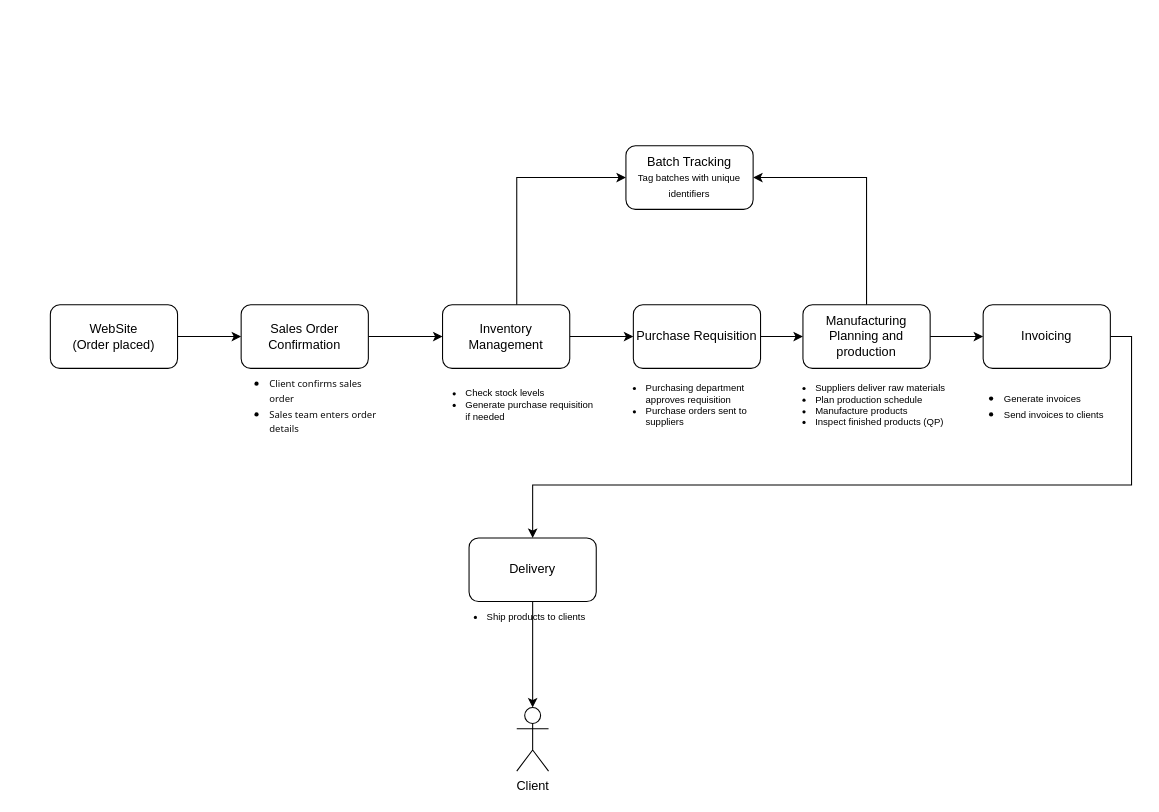
Jechu23/DE keeps this draw.io diagram as Untitled Diagram.drawio. Above is the earlier version. Source tidied: cells renumbered, new cells numbered last; positions are measured from the earlier drawing's top-left corner, leaving out a move shared by most shapes. Both pictures are drawn from the tidied source at 106%, with x=0, y=0 at pixel (50, 145).
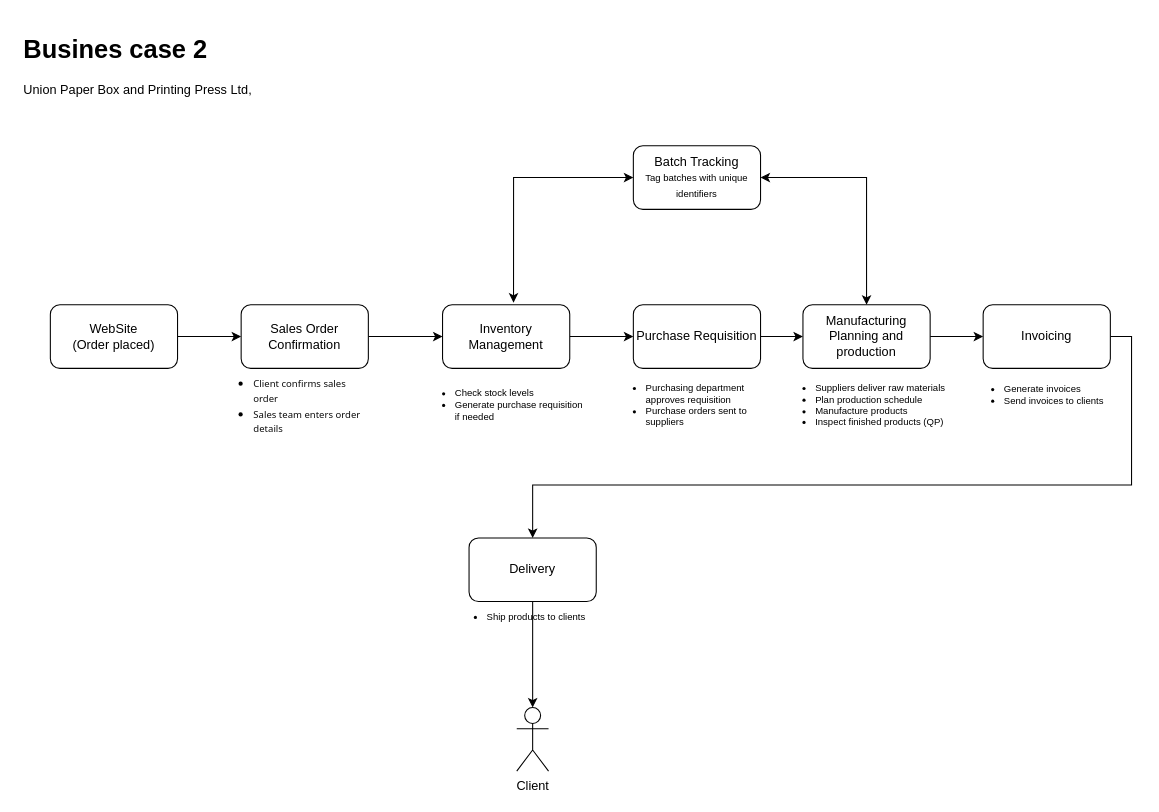
Above is the later version.

The change refers to these unchanged cells:
```xml
<mxCell id="9" value="Inventory Management" style="rounded=1;whiteSpace=wrap;html=1;" parent="1" vertex="1">
  <mxGeometry x="370" y="150" width="120" height="60" as="geometry" />
</mxCell>
<mxCell id="16" value="Manufacturing Planning and production" style="rounded=1;whiteSpace=wrap;html=1;" parent="1" vertex="1">
  <mxGeometry x="710" y="150" width="120" height="60" as="geometry" />
</mxCell>
```

Diff of the diagram source:
```diff
@@
     <mxCell id="6" value="&lt;ul&gt;&lt;li&gt;&lt;span style=&quot;background-color: rgb(255, 255, 255); color: rgb(13, 13, 13); font-family: Söhne, ui-sans-serif, system-ui, -apple-system, &amp;quot;Segoe UI&amp;quot;, Roboto, Ubuntu, Cantarell, &amp;quot;Noto Sans&amp;quot;, sans-serif, &amp;quot;Helvetica Neue&amp;quot;, Arial, &amp;quot;Apple Color Emoji&amp;quot;, &amp;quot;Segoe UI Emoji&amp;quot;, &amp;quot;Segoe UI Symbol&amp;quot;, &amp;quot;Noto Color Emoji&amp;quot;; font-size: 9px;&quot;&gt;Client confirms sales order&lt;/span&gt;&lt;/li&gt;&lt;li&gt;&lt;span style=&quot;background-color: rgb(255, 255, 255); color: rgb(13, 13, 13); font-family: Söhne, ui-sans-serif, system-ui, -apple-system, &amp;quot;Segoe UI&amp;quot;, Roboto, Ubuntu, Cantarell, &amp;quot;Noto Sans&amp;quot;, sans-serif, &amp;quot;Helvetica Neue&amp;quot;, Arial, &amp;quot;Apple Color Emoji&amp;quot;, &amp;quot;Segoe UI Emoji&amp;quot;, &amp;quot;Segoe UI Symbol&amp;quot;, &amp;quot;Noto Color Emoji&amp;quot;; font-size: 9px;&quot;&gt;Sales team enters order details&lt;/span&gt;&lt;/li&gt;&lt;/ul&gt;" style="text;html=1;strokeColor=none;fillColor=none;align=left;verticalAlign=middle;whiteSpace=wrap;rounded=0;" parent="1" vertex="1">
-      <mxGeometry x="165" y="220" width="150" height="50" as="geometry" />
+      <mxGeometry x="150" y="220" width="150" height="50" as="geometry" />
     </mxCell>
@@
-    <mxCell id="8" style="edgeStyle=orthogonalEdgeStyle;rounded=0;jettySize=auto;html=1;" parent="1" edge="1" source="9" target="25">
-      <mxGeometry relative="1" as="geometry">
-        <Array as="points">
-          <mxPoint x="440" y="30" />
-        </Array>
-      </mxGeometry>
-    </mxCell>
@@
     <mxCell id="10" value="&lt;ul style=&quot;font-size: 9px;&quot;&gt;&lt;li&gt;&lt;span style=&quot;background-color: initial;&quot;&gt;Check stock levels&lt;/span&gt;&lt;/li&gt;&lt;li&gt;&lt;span style=&quot;background-color: initial;&quot;&gt;Generate purchase requisition if needed&lt;/span&gt;&lt;/li&gt;&lt;/ul&gt;" style="text;html=1;strokeColor=none;fillColor=none;align=left;verticalAlign=middle;whiteSpace=wrap;rounded=0;" parent="1" vertex="1">
-      <mxGeometry x="350" y="220" width="165" height="50" as="geometry" />
+      <mxGeometry x="340" y="220" width="165" height="50" as="geometry" />
     </mxCell>
@@
-    <mxCell id="15" style="edgeStyle=orthogonalEdgeStyle;rounded=0;jettySize=auto;html=1;entryX=1;entryY=0.5;entryDx=0;entryDy=0;" parent="1" edge="1" source="16" target="25">
-      <mxGeometry relative="1" as="geometry">
-        <Array as="points">
-          <mxPoint x="770" y="30" />
-        </Array>
-      </mxGeometry>
-    </mxCell>
@@
-    <mxCell id="20" value="&lt;ul&gt;&lt;li&gt;&lt;span style=&quot;font-size: 9px; background-color: initial;&quot;&gt;Generate invoices&lt;/span&gt;&lt;/li&gt;&lt;li&gt;&lt;span style=&quot;font-size: 9px; background-color: initial;&quot;&gt;Send invoices to clients&lt;/span&gt;&lt;/li&gt;&lt;/ul&gt;" style="text;html=1;strokeColor=none;fillColor=none;align=left;verticalAlign=middle;whiteSpace=wrap;rounded=0;" parent="1" vertex="1">
-      <mxGeometry x="857.5" y="220" width="165" height="50" as="geometry" />
+    <mxCell id="20" value="&lt;ul style=&quot;font-size: 9px;&quot;&gt;&lt;li&gt;&lt;span style=&quot;background-color: initial;&quot;&gt;Generate invoices&lt;/span&gt;&lt;/li&gt;&lt;li&gt;&lt;span style=&quot;background-color: initial;&quot;&gt;Send invoices to clients&lt;/span&gt;&lt;/li&gt;&lt;/ul&gt;" style="text;html=1;strokeColor=none;fillColor=none;align=left;verticalAlign=middle;whiteSpace=wrap;rounded=0;" parent="1" vertex="1">
+      <mxGeometry x="857.5" y="210" width="165" height="50" as="geometry" />
     </mxCell>
@@
     <mxCell id="25" value="Batch Tracking&lt;br&gt;&lt;font style=&quot;font-size: 9px;&quot;&gt;Tag batches with unique identifiers&lt;/font&gt;" style="rounded=1;whiteSpace=wrap;html=1;" parent="1" vertex="1">
-      <mxGeometry x="543" width="120" height="60" as="geometry" />
+      <mxGeometry x="550" width="120" height="60" as="geometry" />
     </mxCell>
+    <mxCell id="26" style="endArrow=classic;startArrow=classic;html=1;rounded=0;exitX=0.558;exitY=-0.033;exitDx=0;exitDy=0;exitPerimeter=0;" parent="1" edge="1" source="9">
+      <mxGeometry relative="1" as="geometry">
+        <mxPoint x="550" y="30" as="targetPoint" />
+        <Array as="points">
+          <mxPoint x="437" y="30" />
+        </Array>
+      </mxGeometry>
+    </mxCell>
+    <mxCell id="15" style="endArrow=classic;startArrow=classic;html=1;rounded=0;entryX=1;entryY=0.5;entryDx=0;entryDy=0;exitX=0.5;exitY=0;exitDx=0;exitDy=0;" parent="1" edge="1" source="16" target="25">
+      <mxGeometry relative="1" as="geometry">
+        <Array as="points">
+          <mxPoint x="770" y="30" />
+        </Array>
+      </mxGeometry>
+    </mxCell>
+    <mxCell id="27" value="&lt;h1&gt;Busines case 2&lt;/h1&gt;&lt;div&gt;Union Paper Box and Printing Press Ltd,&lt;/div&gt;&lt;p&gt;&lt;br&gt;&lt;/p&gt;" style="text;html=1;strokeColor=none;fillColor=none;spacing=5;spacingTop=-20;whiteSpace=wrap;overflow=hidden;rounded=0;" parent="1" vertex="1">
+      <mxGeometry x="-30" y="-110" width="250" height="120" as="geometry" />
+    </mxCell>
```
